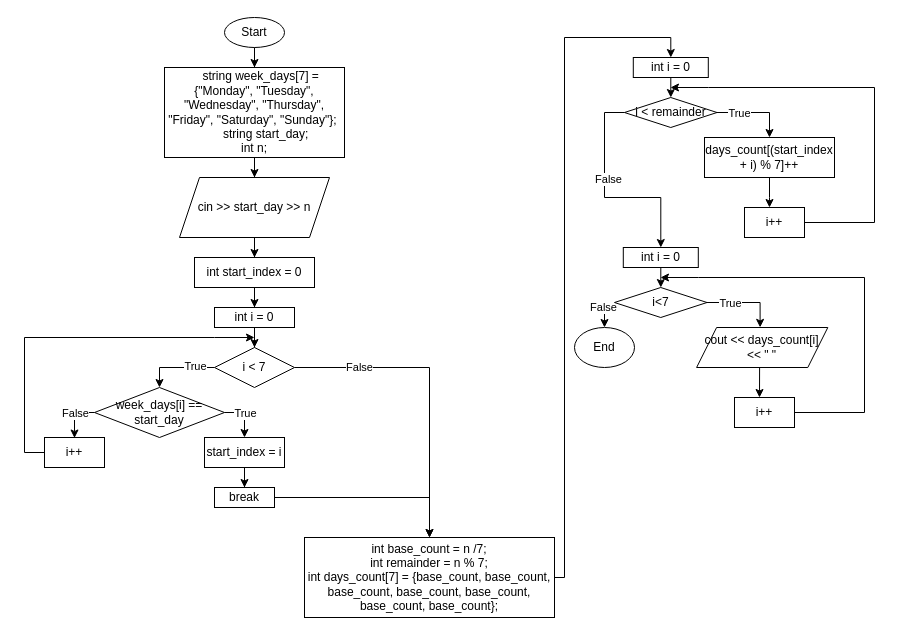
Earlier version of the draw.io diagram ai_11/anastasiia_humeniuk/saga1/self_practice_work_algotester_task_deadline_anastasiia_humeniuk.drawio (artificial-intelligence-department/ai_programming_playground_2024). Source tidied: cells renumbered, new cells numbered last; positions are measured from the earlier drawing's top-left corner, leaving out a move shared by most shapes. Both pictures are drawn from the tidied source at 100%, with x=0, y=0 at pixel (24, 17).
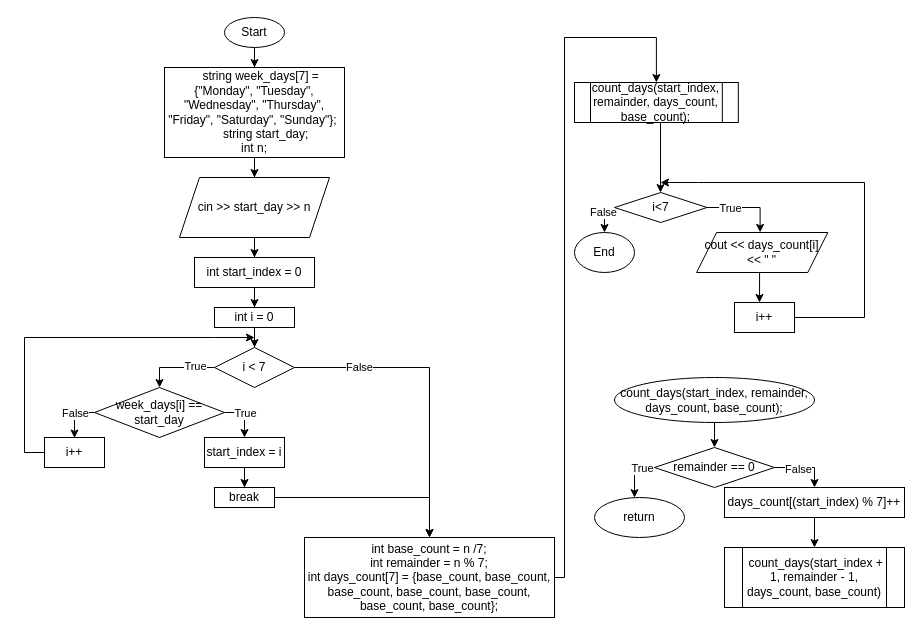
The same diagram, later.

Unchanged cells that the change refers to:
```xml
<mxCell id="29" value="&lt;div&gt;int base_count = n /7;&lt;/div&gt;&lt;div&gt;int remainder = n % 7;&lt;/div&gt;&lt;div&gt;&lt;span style=&quot;background-color: initial;&quot;&gt;int days_count[7] = {base_count, base_count, base_count, base_count, base_count, base_count, base_count};&lt;/span&gt;&lt;/div&gt;" style="rounded=0;whiteSpace=wrap;html=1;" parent="1" vertex="1">
  <mxGeometry x="280" y="520" width="250" height="80" as="geometry" />
</mxCell>
```

What changed in the source:
```diff
@@
-    <mxCell id="28" style="edgeStyle=orthogonalEdgeStyle;rounded=0;jettySize=auto;html=1;entryX=0.5;entryY=0;entryDx=0;entryDy=0;exitX=1;exitY=0.5;exitDx=0;exitDy=0;" parent="1" edge="1" source="29" target="31">
+    <mxCell id="28" style="edgeStyle=orthogonalEdgeStyle;rounded=0;jettySize=auto;html=1;entryX=0.5;entryY=0;entryDx=0;entryDy=0;exitX=1;exitY=0.5;exitDx=0;exitDy=0;" parent="1" edge="1" source="29" target="53">
       <mxGeometry relative="1" as="geometry">
         <Array as="points">
           <mxPoint x="540" y="560" />
           <mxPoint x="540" y="20" />
-          <mxPoint x="646" y="20" />
+          <mxPoint x="632" y="20" />
         </Array>
       </mxGeometry>
     </mxCell>
@@
-    <mxCell id="30" style="edgeStyle=orthogonalEdgeStyle;rounded=0;jettySize=auto;html=1;" parent="1" edge="1" source="31" target="36">
-      <mxGeometry relative="1" as="geometry" />
-    </mxCell>
-    <mxCell id="31" value="int i = 0" style="rounded=0;whiteSpace=wrap;html=1;" parent="1" vertex="1">
-      <mxGeometry x="608.8" y="40" width="75" height="20" as="geometry" />
-    </mxCell>
-    <mxCell id="32" style="edgeStyle=orthogonalEdgeStyle;rounded=0;jettySize=auto;html=1;entryX=0.5;entryY=0;entryDx=0;entryDy=0;" parent="1" edge="1" source="36" target="38">
-      <mxGeometry relative="1" as="geometry">
-        <Array as="points">
-          <mxPoint x="745" y="95" />
-        </Array>
-      </mxGeometry>
-    </mxCell>
-    <mxCell id="33" value="True" style="edgeLabel;html=1;align=center;verticalAlign=middle;" parent="32" vertex="1">
-      <mxGeometry x="-0.42" relative="1" as="geometry" />
-    </mxCell>
-    <mxCell id="34" style="edgeStyle=orthogonalEdgeStyle;rounded=0;jettySize=auto;html=1;entryX=0.5;entryY=0;entryDx=0;entryDy=0;exitX=0;exitY=0.5;exitDx=0;exitDy=0;" parent="1" edge="1" source="36" target="42">
-      <mxGeometry relative="1" as="geometry">
-        <Array as="points">
-          <mxPoint x="580" y="95" />
-          <mxPoint x="580" y="180" />
-          <mxPoint x="636" y="180" />
-        </Array>
-      </mxGeometry>
-    </mxCell>
-    <mxCell id="35" value="False" style="edgeLabel;html=1;align=center;verticalAlign=middle;" parent="34" vertex="1">
-      <mxGeometry x="-0.19" y="3" relative="1" as="geometry" />
-    </mxCell>
-    <mxCell id="36" value="i &amp;lt; remainder" style="rhombus;whiteSpace=wrap;html=1;" parent="1" vertex="1">
-      <mxGeometry x="600" y="80" width="92.5" height="30" as="geometry" />
-    </mxCell>
-    <mxCell id="37" style="edgeStyle=orthogonalEdgeStyle;rounded=0;jettySize=auto;html=1;" parent="1" edge="1" source="38">
-      <mxGeometry relative="1" as="geometry">
-        <mxPoint x="745" y="190" as="targetPoint" />
-      </mxGeometry>
-    </mxCell>
-    <mxCell id="38" value="&lt;p&gt;days_count[(start_index + i) % 7]++&lt;/p&gt;" style="rounded=0;whiteSpace=wrap;html=1;" parent="1" vertex="1">
-      <mxGeometry x="680" y="120" width="130" height="40" as="geometry" />
-    </mxCell>
-    <mxCell id="39" style="edgeStyle=orthogonalEdgeStyle;rounded=0;jettySize=auto;html=1;" parent="1" edge="1" source="40">
-      <mxGeometry relative="1" as="geometry">
-        <mxPoint x="646" y="70" as="targetPoint" />
-        <Array as="points">
-          <mxPoint x="850" y="205" />
-          <mxPoint x="850" y="70" />
-          <mxPoint x="684" y="70" />
-        </Array>
-      </mxGeometry>
-    </mxCell>
-    <mxCell id="40" value="i++" style="rounded=0;whiteSpace=wrap;html=1;" parent="1" vertex="1">
-      <mxGeometry x="720" y="190" width="60" height="30" as="geometry" />
-    </mxCell>
-    <mxCell id="41" style="edgeStyle=orthogonalEdgeStyle;rounded=0;jettySize=auto;html=1;" parent="1" edge="1" source="42" target="47">
-      <mxGeometry relative="1" as="geometry" />
+    <mxCell id="41" style="edgeStyle=orthogonalEdgeStyle;rounded=0;jettySize=auto;html=1;exitX=0.5;exitY=1;exitDx=0;exitDy=0;" parent="1" edge="1" source="53" target="47">
+      <mxGeometry relative="1" as="geometry">
+        <Array as="points">
+          <mxPoint x="636" y="105" />
+        </Array>
+      </mxGeometry>
     </mxCell>
-    <mxCell id="42" value="int i = 0" style="rounded=0;whiteSpace=wrap;html=1;" parent="1" vertex="1">
-      <mxGeometry x="598.8" y="230" width="75" height="20" as="geometry" />
-    </mxCell>
     <mxCell id="43" style="edgeStyle=orthogonalEdgeStyle;rounded=0;jettySize=auto;html=1;entryX=0.484;entryY=-0.003;entryDx=0;entryDy=0;entryPerimeter=0;" parent="1" edge="1" source="47" target="51">
       <mxGeometry relative="1" as="geometry">
         <Array as="points">
-          <mxPoint x="735.4" y="285" />
+          <mxPoint x="735.4" y="190" />
         </Array>
       </mxGeometry>
     </mxCell>
@@
     <mxCell id="45" style="edgeStyle=orthogonalEdgeStyle;rounded=0;jettySize=auto;html=1;exitX=0;exitY=0.5;exitDx=0;exitDy=0;" parent="1" edge="1" source="47" target="52">
       <mxGeometry relative="1" as="geometry">
         <Array as="points">
-          <mxPoint x="580" y="285" />
-          <mxPoint x="580" y="320" />
-          <mxPoint x="600" y="320" />
+          <mxPoint x="580" y="190" />
+          <mxPoint x="580" y="225" />
+          <mxPoint x="600" y="225" />
         </Array>
       </mxGeometry>
     </mxCell>
@@
     <mxCell id="47" value="i&amp;lt;7" style="rhombus;whiteSpace=wrap;html=1;" parent="1" vertex="1">
-      <mxGeometry x="590" y="270" width="92.5" height="30" as="geometry" />
+      <mxGeometry x="590" y="175" width="92.5" height="30" as="geometry" />
     </mxCell>
     <mxCell id="48" style="edgeStyle=orthogonalEdgeStyle;rounded=0;orthogonalLoop=1;jettySize=auto;html=1;" parent="1" edge="1">
       <mxGeometry relative="1" as="geometry">
-        <mxPoint x="735.1" y="350" as="sourcePoint" />
-        <mxPoint x="735" y="380" as="targetPoint" />
+        <mxPoint x="735.1" y="255" as="sourcePoint" />
+        <mxPoint x="735" y="285" as="targetPoint" />
       </mxGeometry>
     </mxCell>
     <mxCell id="49" style="edgeStyle=orthogonalEdgeStyle;rounded=0;jettySize=auto;html=1;" parent="1" edge="1" source="50">
       <mxGeometry relative="1" as="geometry">
-        <mxPoint x="636" y="260" as="targetPoint" />
+        <mxPoint x="636" y="165" as="targetPoint" />
         <Array as="points">
-          <mxPoint x="840" y="395" />
-          <mxPoint x="840" y="260" />
-          <mxPoint x="674" y="260" />
+          <mxPoint x="840" y="300" />
+          <mxPoint x="840" y="165" />
+          <mxPoint x="674" y="165" />
         </Array>
       </mxGeometry>
     </mxCell>
     <mxCell id="50" value="i++" style="rounded=0;whiteSpace=wrap;html=1;" parent="1" vertex="1">
-      <mxGeometry x="710" y="380" width="60" height="30" as="geometry" />
+      <mxGeometry x="710" y="285" width="60" height="30" as="geometry" />
     </mxCell>
     <mxCell id="51" value="cout &amp;lt;&amp;lt; days_count[i] &amp;lt;&amp;lt; &quot; &quot;" style="shape=parallelogram;perimeter=parallelogramPerimeter;whiteSpace=wrap;html=1;fixedSize=1;" parent="1" vertex="1">
-      <mxGeometry x="672.1" y="310" width="131.2" height="40" as="geometry" />
+      <mxGeometry x="672.1" y="215" width="131.2" height="40" as="geometry" />
     </mxCell>
     <mxCell id="52" value="End" style="ellipse;whiteSpace=wrap;html=1;" parent="1" vertex="1">
-      <mxGeometry x="550" y="310" width="60" height="40" as="geometry" />
+      <mxGeometry x="550" y="215" width="60" height="40" as="geometry" />
     </mxCell>
+    <mxCell id="53" value="count_days(start_index, remainder, days_count, base_count);" style="shape=process;whiteSpace=wrap;html=1;backgroundOutline=1;" parent="1" vertex="1">
+      <mxGeometry x="550" y="65" width="163.8" height="40" as="geometry" />
+    </mxCell>
+    <mxCell id="54" style="edgeStyle=orthogonalEdgeStyle;rounded=0;jettySize=auto;html=1;" parent="1" edge="1" source="55" target="58">
+      <mxGeometry relative="1" as="geometry" />
+    </mxCell>
+    <mxCell id="55" value="count_days(start_index, remainder, days_count, base_count);" style="ellipse;whiteSpace=wrap;html=1;" parent="1" vertex="1">
+      <mxGeometry x="590" y="360" width="200" height="45" as="geometry" />
+    </mxCell>
+    <mxCell id="56" style="edgeStyle=orthogonalEdgeStyle;rounded=0;jettySize=auto;html=1;exitX=0;exitY=0.5;exitDx=0;exitDy=0;" parent="1" edge="1" source="58" target="59">
+      <mxGeometry relative="1" as="geometry">
+        <Array as="points">
+          <mxPoint x="610" y="450" />
+        </Array>
+      </mxGeometry>
+    </mxCell>
+    <mxCell id="33" value="True" style="edgeLabel;html=1;align=center;verticalAlign=middle;" parent="56" vertex="1">
+      <mxGeometry x="-0.47" relative="1" as="geometry" />
+    </mxCell>
+    <mxCell id="57" style="edgeStyle=orthogonalEdgeStyle;rounded=0;jettySize=auto;html=1;exitX=1;exitY=0.5;exitDx=0;exitDy=0;" parent="1" edge="1" source="58" target="61">
+      <mxGeometry relative="1" as="geometry">
+        <Array as="points">
+          <mxPoint x="790" y="450" />
+        </Array>
+      </mxGeometry>
+    </mxCell>
+    <mxCell id="35" value="False" style="edgeLabel;html=1;align=center;verticalAlign=middle;" parent="57" vertex="1">
+      <mxGeometry x="-0.23" y="-1" relative="1" as="geometry" />
+    </mxCell>
+    <mxCell id="58" value="remainder == 0" style="rhombus;whiteSpace=wrap;html=1;" parent="1" vertex="1">
+      <mxGeometry x="630" y="430" width="120" height="40" as="geometry" />
+    </mxCell>
+    <mxCell id="59" value="return" style="ellipse;whiteSpace=wrap;html=1;" parent="1" vertex="1">
+      <mxGeometry x="570" y="480" width="90" height="40" as="geometry" />
+    </mxCell>
+    <mxCell id="60" style="edgeStyle=orthogonalEdgeStyle;rounded=0;jettySize=auto;html=1;entryX=0.5;entryY=0;entryDx=0;entryDy=0;" parent="1" edge="1" source="61" target="62">
+      <mxGeometry relative="1" as="geometry">
+        <Array as="points">
+          <mxPoint x="790" y="530" />
+          <mxPoint x="790" y="530" />
+        </Array>
+      </mxGeometry>
+    </mxCell>
+    <mxCell id="61" value="days_count[(start_index) % 7]++" style="rounded=0;whiteSpace=wrap;html=1;" parent="1" vertex="1">
+      <mxGeometry x="700" y="470" width="180" height="30" as="geometry" />
+    </mxCell>
+    <mxCell id="62" value="&amp;nbsp;count_days(start_index + 1, remainder - 1, days_count, base_count)" style="shape=process;whiteSpace=wrap;html=1;backgroundOutline=1;" parent="1" vertex="1">
+      <mxGeometry x="700" y="530" width="180" height="60" as="geometry" />
+    </mxCell>
```
